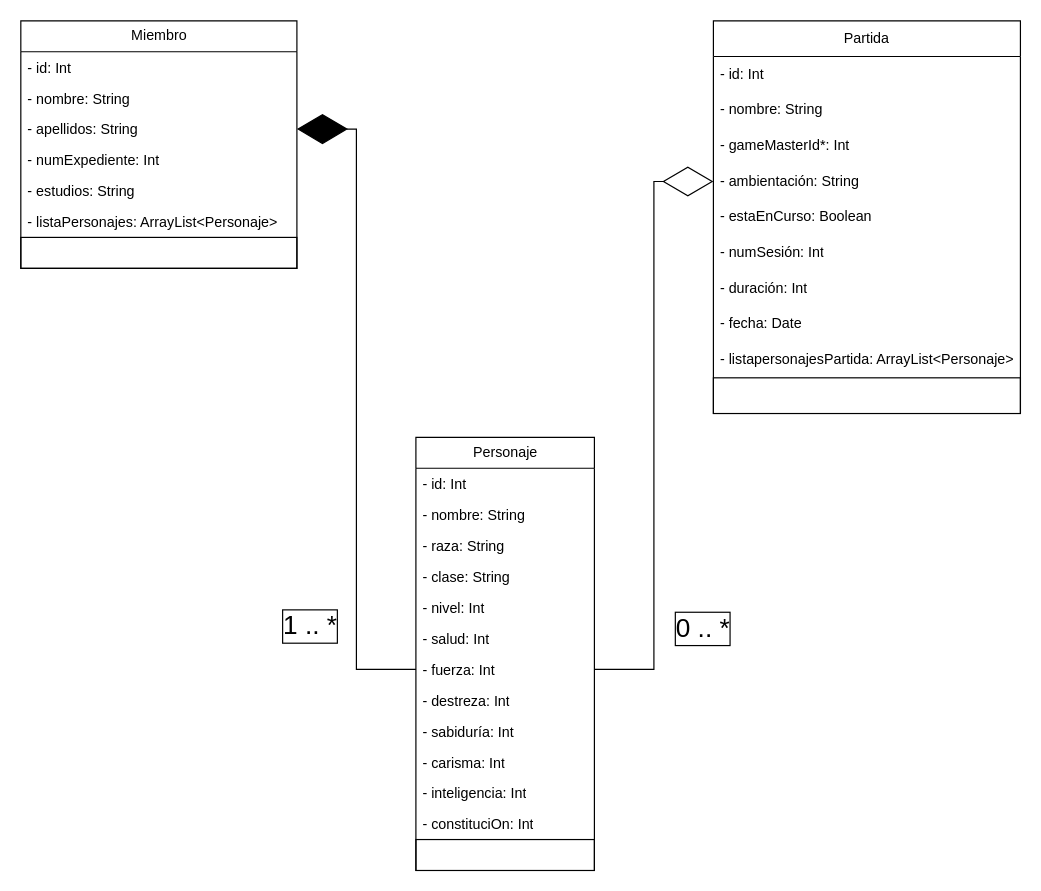
Before: diagrams/diagramadeClases.drawio in gonzalopozo/proyecto-integrador-1-daw-gonzalo-manuel-daniel-hector, a draw.io diagram. Source tidied: cells renumbered, new cells numbered last; positions are measured from the earlier drawing's top-left corner, leaving out a move shared by most shapes. Both pictures are drawn from the tidied source at 119%, with x=0, y=0 at pixel (20, 20).
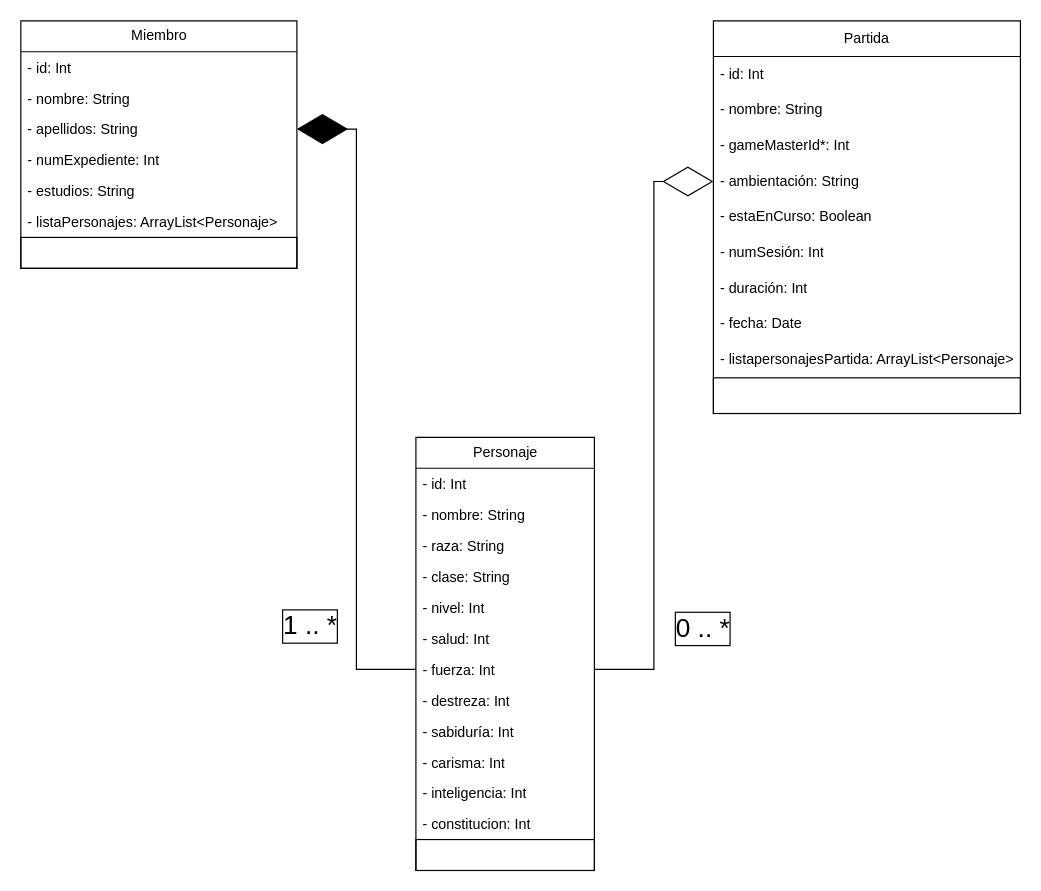
The same page after the edit.

Commit message:
Versión 1.2 Diagrama de Clases

The change refers to these unchanged cells:
```xml
<mxCell id="12" value="Personaje" style="swimlane;fontStyle=0;horizontal=1;startSize=26;fillColor=none;html=1;" parent="1" vertex="1">
  <mxGeometry x="332" y="350" width="150" height="364" as="geometry" />
</mxCell>
```

Diff of the diagram source:
```diff
@@
-    <mxCell id="24" value="- constituciOn: Int" style="text;strokeColor=none;fillColor=none;align=left;verticalAlign=top;spacingLeft=4;spacingRight=4;overflow=hidden;whiteSpace=wrap;html=1;" parent="12" vertex="1">
+    <mxCell id="24" value="- constitucion: Int" style="text;strokeColor=none;fillColor=none;align=left;verticalAlign=top;spacingLeft=4;spacingRight=4;overflow=hidden;whiteSpace=wrap;html=1;" parent="12" vertex="1">
       <mxGeometry y="312" width="150" height="26" as="geometry" />
     </mxCell>
```
